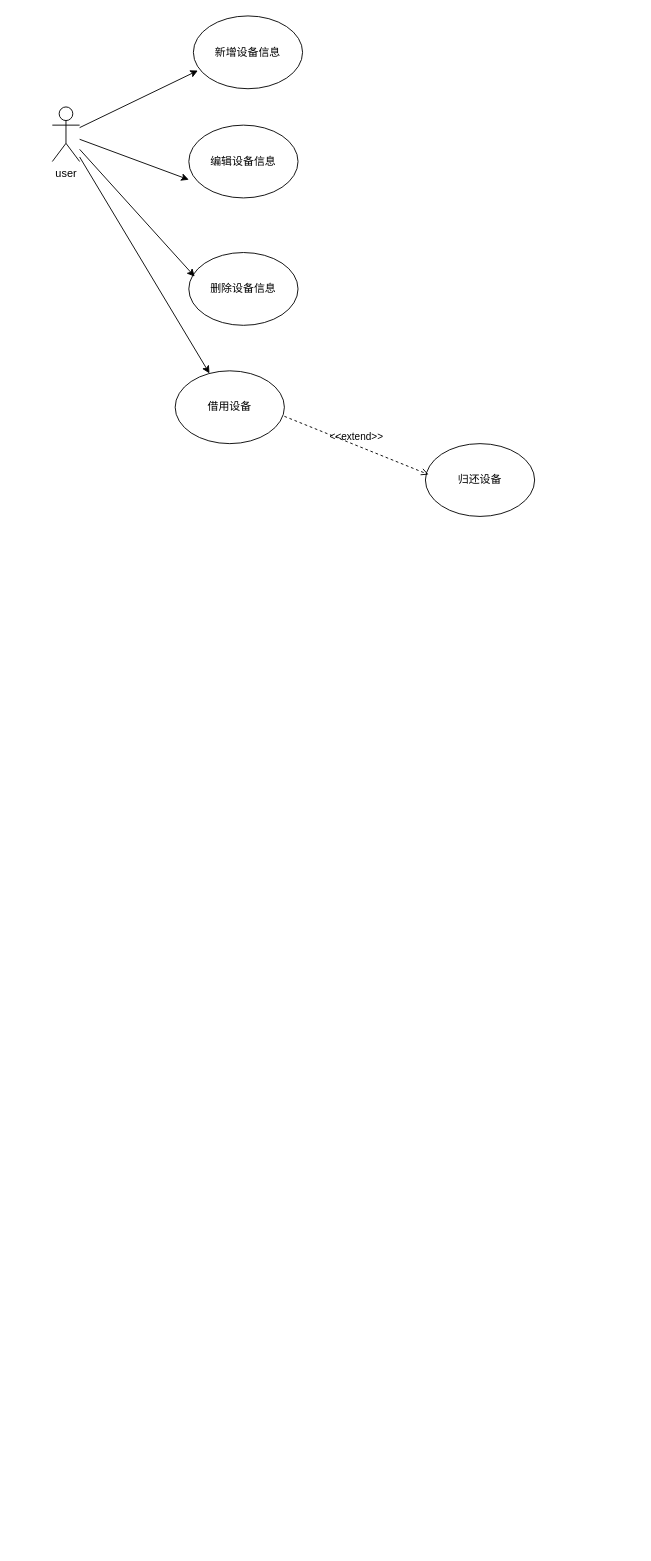
Above: tool_use_case.drawio in soda1/draw (draw.io), before the change. Source tidied: cells renumbered, new cells numbered last; positions are measured from the earlier drawing's top-left corner, leaving out a move shared by most shapes. Both pictures are drawn from the tidied source at 91%, with x=0, y=0 at pixel (52, 15).
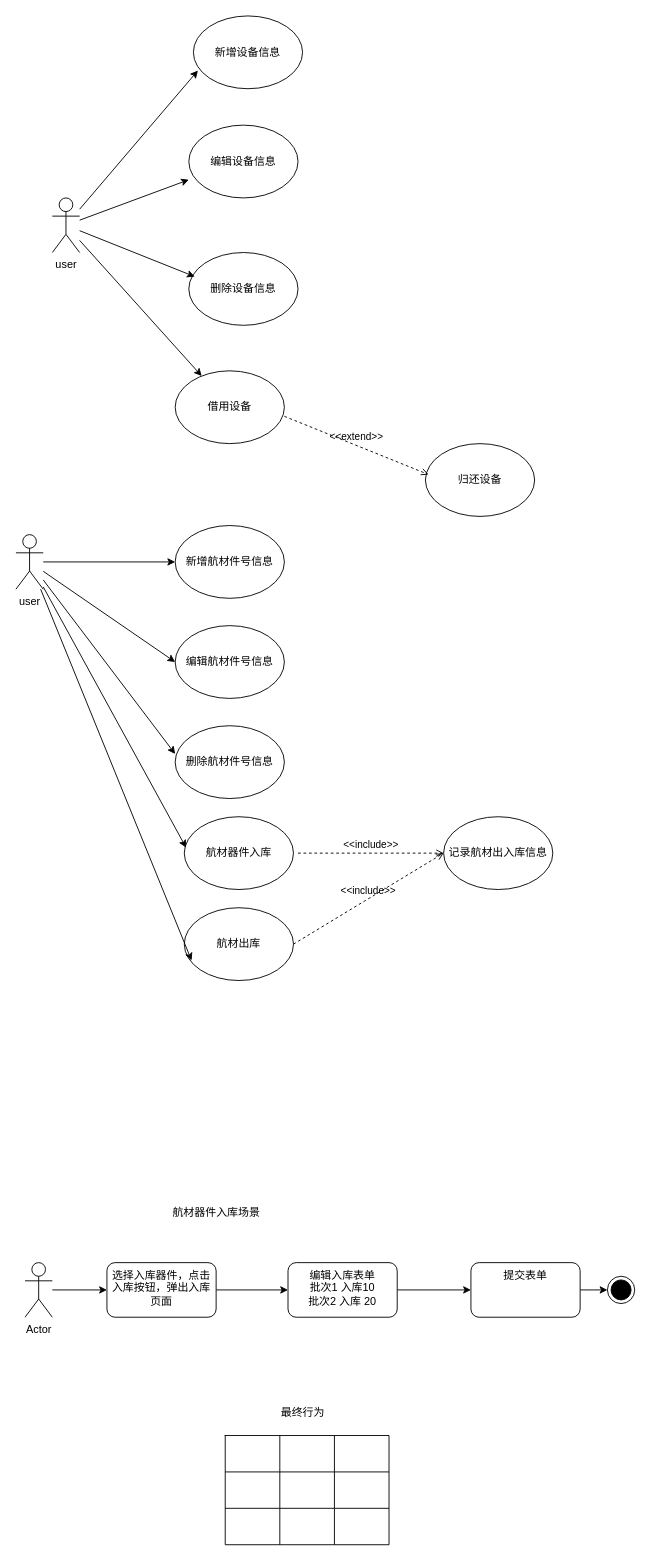
The same diagram, later.

Diff of the diagram source:
```diff
@@
     <mxCell id="2" value="user&lt;div&gt;&lt;br&gt;&lt;/div&gt;" style="shape=umlActor;verticalLabelPosition=bottom;verticalAlign=top;html=1;outlineConnect=0;" parent="1" vertex="1">
-      <mxGeometry y="100" width="30" height="60" as="geometry" />
+      <mxGeometry y="200" width="30" height="60" as="geometry" />
     </mxCell>
@@
+    <mxCell id="13" style="edgeStyle=orthogonalEdgeStyle;rounded=0;jettySize=auto;html=1;entryX=0;entryY=0.5;entryDx=0;entryDy=0;" parent="1" edge="1" source="15" target="16">
+      <mxGeometry relative="1" as="geometry" />
+    </mxCell>
+    <mxCell id="14" style="rounded=0;jettySize=auto;html=1;entryX=0;entryY=0.5;entryDx=0;entryDy=0;" parent="1" edge="1" source="15" target="17">
+      <mxGeometry relative="1" as="geometry" />
+    </mxCell>
+    <mxCell id="15" value="user&lt;div&gt;&lt;br&gt;&lt;/div&gt;" style="shape=umlActor;verticalLabelPosition=bottom;verticalAlign=top;html=1;outlineConnect=0;" parent="1" vertex="1">
+      <mxGeometry x="-40" y="570" width="30" height="60" as="geometry" />
+    </mxCell>
+    <mxCell id="16" value="新增航材件号信息" style="ellipse;whiteSpace=wrap;html=1;" parent="1" vertex="1">
+      <mxGeometry x="135" y="560" width="120" height="80" as="geometry" />
+    </mxCell>
+    <mxCell id="17" value="编辑航材件号信息" style="ellipse;whiteSpace=wrap;html=1;" parent="1" vertex="1">
+      <mxGeometry x="135" y="670" width="120" height="80" as="geometry" />
+    </mxCell>
+    <mxCell id="18" value="删除航材件号信息" style="ellipse;whiteSpace=wrap;html=1;" parent="1" vertex="1">
+      <mxGeometry x="135" y="780" width="120" height="80" as="geometry" />
+    </mxCell>
+    <mxCell id="19" style="edgeStyle=none;rounded=0;jettySize=auto;html=1;entryX=0;entryY=0.388;entryDx=0;entryDy=0;entryPerimeter=0;" parent="1" edge="1" source="15" target="18">
+      <mxGeometry relative="1" as="geometry" />
+    </mxCell>
+    <mxCell id="20" value="航材器件入库" style="ellipse;whiteSpace=wrap;html=1;" parent="1" vertex="1">
+      <mxGeometry x="145" y="880" width="120" height="80" as="geometry" />
+    </mxCell>
+    <mxCell id="21" style="edgeStyle=none;rounded=0;jettySize=auto;html=1;entryX=0.017;entryY=0.425;entryDx=0;entryDy=0;entryPerimeter=0;" parent="1" edge="1" source="15" target="20">
+      <mxGeometry relative="1" as="geometry" />
+    </mxCell>
+    <mxCell id="22" value="&amp;lt;&amp;lt;include&amp;gt;&amp;gt;" style="html=1;verticalAlign=bottom;labelBackgroundColor=none;endArrow=open;endFill=0;dashed=1;rounded=0;" parent="1" edge="1">
+      <mxGeometry relative="1" as="geometry">
+        <mxPoint x="270" y="920" as="sourcePoint" />
+        <mxPoint x="430" y="920" as="targetPoint" />
+      </mxGeometry>
+    </mxCell>
+    <mxCell id="23" value="记录航材出入库信息" style="ellipse;whiteSpace=wrap;html=1;" parent="1" vertex="1">
+      <mxGeometry x="430" y="880" width="120" height="80" as="geometry" />
+    </mxCell>
+    <mxCell id="24" value="航材出库" style="ellipse;whiteSpace=wrap;html=1;" parent="1" vertex="1">
+      <mxGeometry x="145" y="980" width="120" height="80" as="geometry" />
+    </mxCell>
+    <mxCell id="25" style="edgeStyle=none;rounded=0;jettySize=auto;html=1;entryX=0.067;entryY=0.725;entryDx=0;entryDy=0;entryPerimeter=0;" parent="1" edge="1" source="15" target="24">
+      <mxGeometry relative="1" as="geometry" />
+    </mxCell>
+    <mxCell id="26" value="&amp;lt;&amp;lt;include&amp;gt;&amp;gt;" style="html=1;verticalAlign=bottom;labelBackgroundColor=none;endArrow=open;endFill=0;dashed=1;rounded=0;exitX=1;exitY=0.5;exitDx=0;exitDy=0;" parent="1" edge="1" source="24">
+      <mxGeometry relative="1" as="geometry">
+        <mxPoint x="430" y="920" as="targetPoint" />
+      </mxGeometry>
+    </mxCell>
+    <mxCell id="27" style="edgeStyle=none;rounded=0;jettySize=auto;html=1;" parent="1" edge="1" source="28" target="31">
+      <mxGeometry relative="1" as="geometry" />
+    </mxCell>
+    <mxCell id="28" value="Actor" style="shape=umlActor;verticalLabelPosition=bottom;verticalAlign=top;html=1;" parent="1" vertex="1">
+      <mxGeometry x="-30" y="1370" width="30" height="60" as="geometry" />
+    </mxCell>
+    <mxCell id="29" value="航材器件入库场景" style="text;html=1;align=center;verticalAlign=middle;strokeColor=none;fillColor=none;" parent="1" vertex="1">
+      <mxGeometry x="120" y="1300" width="120" height="30" as="geometry" />
+    </mxCell>
+    <mxCell id="30" style="edgeStyle=none;rounded=0;jettySize=auto;html=1;" parent="1" edge="1" source="31" target="33">
+      <mxGeometry relative="1" as="geometry" />
+    </mxCell>
+    <mxCell id="31" value="选择入库器件，点击入库按钮，弹出入库页面" style="rounded=1;whiteSpace=wrap;html=1;verticalAlign=top;" parent="1" vertex="1">
+      <mxGeometry x="60" y="1370" width="120" height="60" as="geometry" />
+    </mxCell>
+    <mxCell id="32" style="edgeStyle=none;rounded=0;jettySize=auto;html=1;" parent="1" edge="1" source="33" target="35">
+      <mxGeometry relative="1" as="geometry" />
+    </mxCell>
+    <mxCell id="33" value="编辑入库表单&lt;div&gt;批次1 入库10&lt;/div&gt;&lt;div&gt;批次2 入库 20&lt;/div&gt;" style="rounded=1;whiteSpace=wrap;html=1;verticalAlign=top;" parent="1" vertex="1">
+      <mxGeometry x="259" y="1370" width="120" height="60" as="geometry" />
+    </mxCell>
+    <mxCell id="34" style="edgeStyle=none;rounded=0;jettySize=auto;html=1;" parent="1" edge="1" source="35" target="36">
+      <mxGeometry relative="1" as="geometry" />
+    </mxCell>
+    <mxCell id="35" value="提交表单" style="rounded=1;whiteSpace=wrap;html=1;verticalAlign=top;" parent="1" vertex="1">
+      <mxGeometry x="460" y="1370" width="120" height="60" as="geometry" />
+    </mxCell>
+    <mxCell id="36" style="ellipse;html=1;shape=endState;fillColor=strokeColor;" parent="1" vertex="1">
+      <mxGeometry x="610" y="1385" width="30" height="30" as="geometry" />
+    </mxCell>
+    <mxCell id="37" style="shape=table;startSize=0;childLayout=tableLayout;fontSize=16;" parent="1" vertex="1">
+      <mxGeometry x="190" y="1560" width="180" height="120" as="geometry" />
+    </mxCell>
+    <mxCell id="38" style="shape=tableRow;horizontal=0;startSize=0;swimlaneHead=0;swimlaneBody=0;strokeColor=inherit;top=0;left=0;bottom=0;right=0;fillColor=none;fontSize=16;" parent="37" vertex="1">
+      <mxGeometry width="180" height="40" as="geometry" />
+    </mxCell>
+    <mxCell id="39" style="shape=partialRectangle;html=1;whiteSpace=wrap;strokeColor=inherit;overflow=hidden;fillColor=none;top=0;left=0;bottom=0;right=0;fontSize=16;" parent="38" vertex="1">
+      <mxGeometry width="60" height="40" as="geometry" />
+    </mxCell>
+    <mxCell id="40" style="shape=partialRectangle;html=1;whiteSpace=wrap;strokeColor=inherit;overflow=hidden;fillColor=none;top=0;left=0;bottom=0;right=0;fontSize=16;" parent="38" vertex="1">
+      <mxGeometry x="60" width="60" height="40" as="geometry" />
+    </mxCell>
+    <mxCell id="41" style="shape=partialRectangle;html=1;whiteSpace=wrap;strokeColor=inherit;overflow=hidden;fillColor=none;top=0;left=0;bottom=0;right=0;fontSize=16;" parent="38" vertex="1">
+      <mxGeometry x="120" width="60" height="40" as="geometry" />
+    </mxCell>
+    <mxCell id="42" style="shape=tableRow;horizontal=0;startSize=0;swimlaneHead=0;swimlaneBody=0;strokeColor=inherit;top=0;left=0;bottom=0;right=0;fillColor=none;fontSize=16;" parent="37" vertex="1">
+      <mxGeometry y="40" width="180" height="40" as="geometry" />
+    </mxCell>
+    <mxCell id="43" style="shape=partialRectangle;html=1;whiteSpace=wrap;strokeColor=inherit;overflow=hidden;fillColor=none;top=0;left=0;bottom=0;right=0;fontSize=16;" parent="42" vertex="1">
+      <mxGeometry width="60" height="40" as="geometry" />
+    </mxCell>
+    <mxCell id="44" style="shape=partialRectangle;html=1;whiteSpace=wrap;strokeColor=inherit;overflow=hidden;fillColor=none;top=0;left=0;bottom=0;right=0;fontSize=16;" parent="42" vertex="1">
+      <mxGeometry x="60" width="60" height="40" as="geometry" />
+    </mxCell>
+    <mxCell id="45" style="shape=partialRectangle;html=1;whiteSpace=wrap;strokeColor=inherit;overflow=hidden;fillColor=none;top=0;left=0;bottom=0;right=0;fontSize=16;" parent="42" vertex="1">
+      <mxGeometry x="120" width="60" height="40" as="geometry" />
+    </mxCell>
+    <mxCell id="46" style="shape=tableRow;horizontal=0;startSize=0;swimlaneHead=0;swimlaneBody=0;strokeColor=inherit;top=0;left=0;bottom=0;right=0;fillColor=none;fontSize=16;" parent="37" vertex="1">
+      <mxGeometry y="80" width="180" height="40" as="geometry" />
+    </mxCell>
+    <mxCell id="47" style="shape=partialRectangle;html=1;whiteSpace=wrap;strokeColor=inherit;overflow=hidden;fillColor=none;top=0;left=0;bottom=0;right=0;fontSize=16;" parent="46" vertex="1">
+      <mxGeometry width="60" height="40" as="geometry" />
+    </mxCell>
+    <mxCell id="48" style="shape=partialRectangle;html=1;whiteSpace=wrap;strokeColor=inherit;overflow=hidden;fillColor=none;top=0;left=0;bottom=0;right=0;fontSize=16;" parent="46" vertex="1">
+      <mxGeometry x="60" width="60" height="40" as="geometry" />
+    </mxCell>
+    <mxCell id="49" style="shape=partialRectangle;html=1;whiteSpace=wrap;strokeColor=inherit;overflow=hidden;fillColor=none;top=0;left=0;bottom=0;right=0;fontSize=16;" parent="46" vertex="1">
+      <mxGeometry x="120" width="60" height="40" as="geometry" />
+    </mxCell>
+    <mxCell id="50" value="最终行为" style="text;html=1;align=center;verticalAlign=middle;strokeColor=none;fillColor=none;" parent="1" vertex="1">
+      <mxGeometry x="240" y="1520" width="70" height="30" as="geometry" />
+    </mxCell>
```
